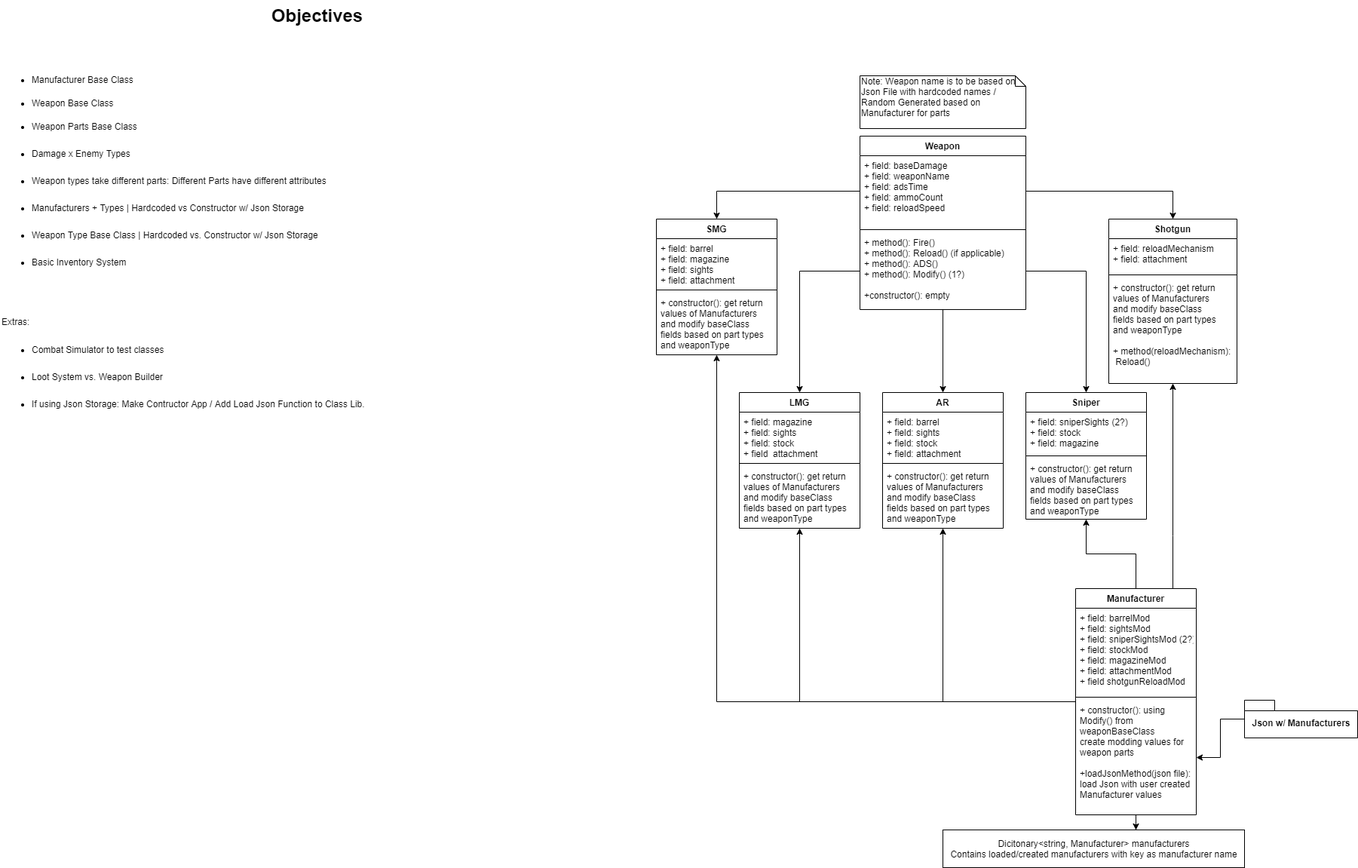
N3verm0re/TarefasIDJ keeps this draw.io diagram as M1_WeaponSystem/Scheme Sheet/IDJ_M1_Sheet.png. Above is the earlier version. Source tidied: cells renumbered, new cells last; positions are measured from the earlier drawing's top-left corner, leaving out a move shared by most shapes.
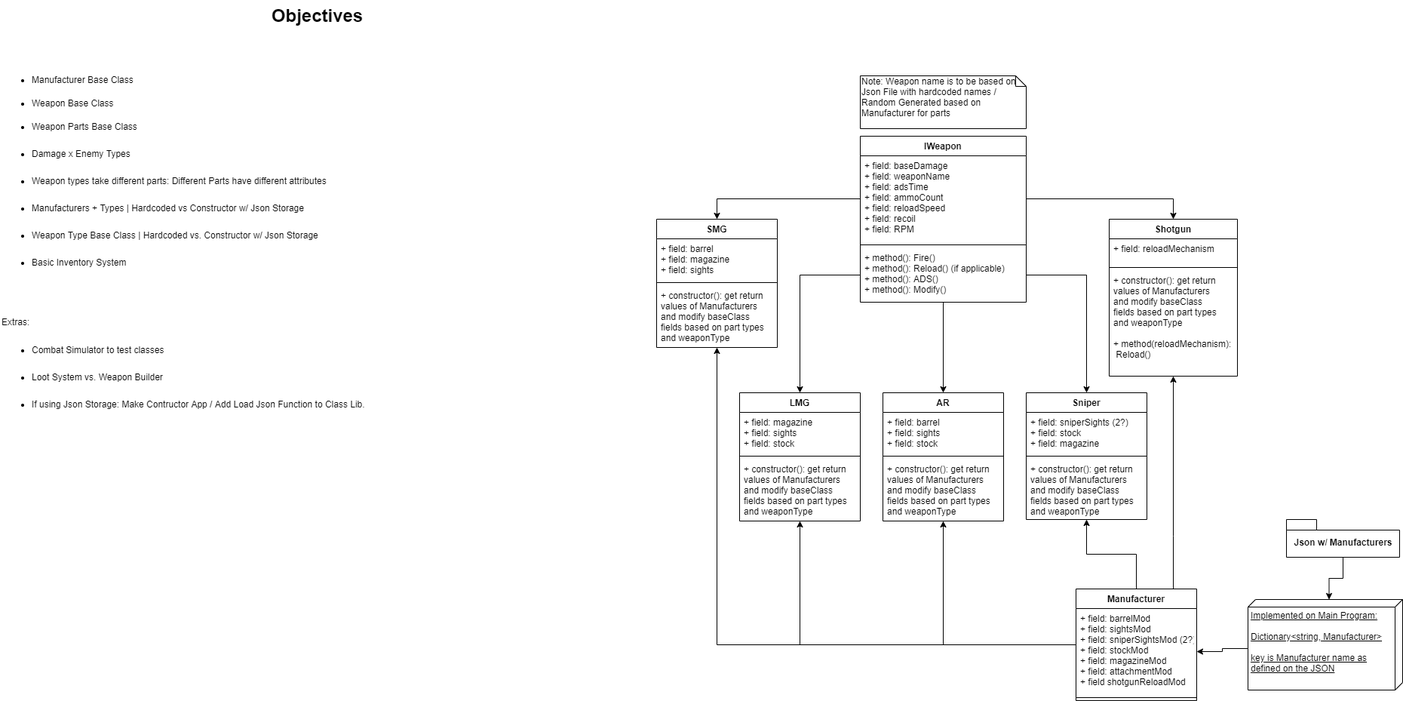
Above is the later version.

Diff of the diagram source:
```diff
@@ -23,29 +23,29 @@
     <mxCell id="8" style="edgeStyle=orthogonalEdgeStyle;rounded=0;jettySize=auto;html=1;exitX=1;exitY=0.5;exitDx=0;exitDy=0;entryX=0.5;entryY=0;entryDx=0;entryDy=0;" parent="1" edge="1" source="10" target="29">
       <mxGeometry relative="1" as="geometry" />
     </mxCell>
-    <mxCell id="9" value="Weapon" style="swimlane;fontStyle=1;align=center;verticalAlign=top;horizontal=1;startSize=26;" parent="1" vertex="1">
-      <mxGeometry x="1140" y="180" width="220" height="230" as="geometry" />
+    <mxCell id="9" value="IWeapon" style="swimlane;fontStyle=1;align=center;verticalAlign=top;horizontal=1;startSize=26;" parent="1" vertex="1">
+      <mxGeometry x="1140" y="180" width="220" height="220" as="geometry" />
     </mxCell>
-    <mxCell id="10" value="+ field: baseDamage&#10;+ field: weaponName&#10;+ field: adsTime&#10;+ field: ammoCount&#10;+ field: reloadSpeed" style="text;strokeColor=none;fillColor=none;align=left;verticalAlign=top;spacingLeft=4;spacingRight=4;overflow=hidden;points=[[0,0.5],[1,0.5]];portConstraint=eastwest;" parent="9" vertex="1">
-      <mxGeometry y="26" width="220" height="94" as="geometry" />
+    <mxCell id="10" value="+ field: baseDamage&#10;+ field: weaponName&#10;+ field: adsTime&#10;+ field: ammoCount&#10;+ field: reloadSpeed&#10;+ field: recoil&#10;+ field: RPM" style="text;strokeColor=none;fillColor=none;align=left;verticalAlign=top;spacingLeft=4;spacingRight=4;overflow=hidden;points=[[0,0.5],[1,0.5]];portConstraint=eastwest;" parent="9" vertex="1">
+      <mxGeometry y="26" width="220" height="114" as="geometry" />
     </mxCell>
     <mxCell id="11" style="line;strokeWidth=1;fillColor=none;align=left;verticalAlign=middle;spacingTop=-1;spacingLeft=3;spacingRight=3;labelPosition=right;" parent="9" vertex="1">
-      <mxGeometry y="120" width="220" height="8" as="geometry" />
+      <mxGeometry y="140" width="220" height="8" as="geometry" />
     </mxCell>
-    <mxCell id="12" value="+ method(): Fire()&#10;+ method(): Reload() (if applicable)&#10;+ method(): ADS()&#10;+ method(): Modify() (1?)&#10;&#10;+constructor(): empty" style="text;strokeColor=none;fillColor=none;align=left;verticalAlign=top;spacingLeft=4;spacingRight=4;overflow=hidden;points=[[0,0.5],[1,0.5]];portConstraint=eastwest;" parent="9" vertex="1">
-      <mxGeometry y="128" width="220" height="102" as="geometry" />
+    <mxCell id="12" value="+ method(): Fire()&#10;+ method(): Reload() (if applicable)&#10;+ method(): ADS()&#10;+ method(): Modify()" style="text;strokeColor=none;fillColor=none;align=left;verticalAlign=top;spacingLeft=4;spacingRight=4;overflow=hidden;points=[[0,0.5],[1,0.5]];portConstraint=eastwest;" parent="9" vertex="1">
+      <mxGeometry y="148" width="220" height="72" as="geometry" />
     </mxCell>
     <mxCell id="13" value="AR" style="swimlane;fontStyle=1;align=center;verticalAlign=top;horizontal=1;startSize=26;" parent="1" vertex="1">
-      <mxGeometry x="1170" y="520" width="160" height="180" as="geometry" />
+      <mxGeometry x="1170" y="520" width="160" height="170" as="geometry" />
     </mxCell>
-    <mxCell id="14" value="+ field: barrel&#10;+ field: sights&#10;+ field: stock&#10;+ field: attachment" style="text;strokeColor=none;fillColor=none;align=left;verticalAlign=top;spacingLeft=4;spacingRight=4;overflow=hidden;" parent="13" vertex="1">
-      <mxGeometry y="26" width="160" height="64" as="geometry" />
+    <mxCell id="14" value="+ field: barrel&#10;+ field: sights&#10;+ field: stock" style="text;strokeColor=none;fillColor=none;align=left;verticalAlign=top;spacingLeft=4;spacingRight=4;overflow=hidden;" parent="13" vertex="1">
+      <mxGeometry y="26" width="160" height="54" as="geometry" />
     </mxCell>
     <mxCell id="15" style="line;strokeWidth=1;fillColor=none;align=left;verticalAlign=middle;spacingTop=-1;spacingLeft=3;spacingRight=3;labelPosition=right;" parent="13" vertex="1">
-      <mxGeometry y="90" width="160" height="8" as="geometry" />
+      <mxGeometry y="80" width="160" height="8" as="geometry" />
     </mxCell>
     <mxCell id="16" value="+ constructor(): get return &#10;values of Manufacturers &#10;and modify baseClass &#10;fields based on part types&#10;and weaponType" style="text;strokeColor=none;fillColor=none;align=left;verticalAlign=top;spacingLeft=4;spacingRight=4;overflow=hidden;" parent="13" vertex="1">
-      <mxGeometry y="98" width="160" height="82" as="geometry" />
+      <mxGeometry y="88" width="160" height="82" as="geometry" />
     </mxCell>
     <mxCell id="17" value="Sniper" style="swimlane;fontStyle=1;align=center;verticalAlign=top;horizontal=1;startSize=26;" parent="1" vertex="1">
       <mxGeometry x="1360" y="520" width="160" height="168" as="geometry" />
@@ -60,44 +60,41 @@
       <mxGeometry y="88" width="160" height="80" as="geometry" />
     </mxCell>
     <mxCell id="21" value="LMG" style="swimlane;fontStyle=1;align=center;verticalAlign=top;horizontal=1;startSize=26;" parent="1" vertex="1">
-      <mxGeometry x="980" y="520" width="160" height="180" as="geometry" />
+      <mxGeometry x="980" y="520" width="160" height="170" as="geometry" />
     </mxCell>
-    <mxCell id="22" value="+ field: magazine&#10;+ field: sights&#10;+ field: stock&#10;+ field  attachment" style="text;strokeColor=none;fillColor=none;align=left;verticalAlign=top;spacingLeft=4;spacingRight=4;overflow=hidden;" parent="21" vertex="1">
-      <mxGeometry y="26" width="160" height="64" as="geometry" />
+    <mxCell id="22" value="+ field: magazine&#10;+ field: sights&#10;+ field: stock" style="text;strokeColor=none;fillColor=none;align=left;verticalAlign=top;spacingLeft=4;spacingRight=4;overflow=hidden;" parent="21" vertex="1">
+      <mxGeometry y="26" width="160" height="54" as="geometry" />
     </mxCell>
     <mxCell id="23" style="line;strokeWidth=1;fillColor=none;align=left;verticalAlign=middle;spacingTop=-1;spacingLeft=3;spacingRight=3;labelPosition=right;" parent="21" vertex="1">
-      <mxGeometry y="90" width="160" height="8" as="geometry" />
+      <mxGeometry y="80" width="160" height="8" as="geometry" />
     </mxCell>
     <mxCell id="24" value="+ constructor(): get return &#10;values of Manufacturers &#10;and modify baseClass &#10;fields based on part types&#10;and weaponType" style="text;strokeColor=none;fillColor=none;align=left;verticalAlign=top;spacingLeft=4;spacingRight=4;overflow=hidden;" parent="21" vertex="1">
-      <mxGeometry y="98" width="160" height="82" as="geometry" />
+      <mxGeometry y="88" width="160" height="82" as="geometry" />
     </mxCell>
     <mxCell id="25" value="SMG" style="swimlane;fontStyle=1;align=center;verticalAlign=top;horizontal=1;startSize=26;" parent="1" vertex="1">
-      <mxGeometry x="870" y="290" width="160" height="180" as="geometry" />
+      <mxGeometry x="870" y="290" width="160" height="170" as="geometry" />
     </mxCell>
-    <mxCell id="26" value="+ field: barrel&#10;+ field: magazine&#10;+ field: sights&#10;+ field: attachment" style="text;strokeColor=none;fillColor=none;align=left;verticalAlign=top;spacingLeft=4;spacingRight=4;overflow=hidden;" parent="25" vertex="1">
-      <mxGeometry y="26" width="160" height="64" as="geometry" />
+    <mxCell id="26" value="+ field: barrel&#10;+ field: magazine&#10;+ field: sights" style="text;strokeColor=none;fillColor=none;align=left;verticalAlign=top;spacingLeft=4;spacingRight=4;overflow=hidden;" parent="25" vertex="1">
+      <mxGeometry y="26" width="160" height="54" as="geometry" />
     </mxCell>
     <mxCell id="27" style="line;strokeWidth=1;fillColor=none;align=left;verticalAlign=middle;spacingTop=-1;spacingLeft=3;spacingRight=3;labelPosition=right;" parent="25" vertex="1">
-      <mxGeometry y="90" width="160" height="8" as="geometry" />
+      <mxGeometry y="80" width="160" height="8" as="geometry" />
     </mxCell>
     <mxCell id="28" value="+ constructor(): get return &#10;values of Manufacturers &#10;and modify baseClass &#10;fields based on part types&#10;and weaponType" style="text;strokeColor=none;fillColor=none;align=left;verticalAlign=top;spacingLeft=4;spacingRight=4;overflow=hidden;" parent="25" vertex="1">
-      <mxGeometry y="98" width="160" height="82" as="geometry" />
+      <mxGeometry y="88" width="160" height="82" as="geometry" />
     </mxCell>
     <mxCell id="29" value="Shotgun" style="swimlane;fontStyle=1;align=center;verticalAlign=top;horizontal=1;startSize=26;" parent="1" vertex="1">
-      <mxGeometry x="1470" y="290" width="170" height="218" as="geometry" />
+      <mxGeometry x="1470" y="290" width="170" height="208" as="geometry" />
     </mxCell>
-    <mxCell id="30" value="+ field: reloadMechanism&#10;+ field: attachment" style="text;strokeColor=none;fillColor=none;align=left;verticalAlign=top;spacingLeft=4;spacingRight=4;overflow=hidden;" parent="29" vertex="1">
-      <mxGeometry y="26" width="170" height="44" as="geometry" />
+    <mxCell id="30" value="+ field: reloadMechanism" style="text;strokeColor=none;fillColor=none;align=left;verticalAlign=top;spacingLeft=4;spacingRight=4;overflow=hidden;" parent="29" vertex="1">
+      <mxGeometry y="26" width="170" height="34" as="geometry" />
     </mxCell>
     <mxCell id="31" style="line;strokeWidth=1;fillColor=none;align=left;verticalAlign=middle;spacingTop=-1;spacingLeft=3;spacingRight=3;labelPosition=right;" parent="29" vertex="1">
-      <mxGeometry y="70" width="170" height="8" as="geometry" />
+      <mxGeometry y="60" width="170" height="8" as="geometry" />
     </mxCell>
     <mxCell id="32" value="+ constructor(): get return &#10;values of Manufacturers &#10;and modify baseClass &#10;fields based on part types&#10;and weaponType&#10;&#10;+ method(reloadMechanism):&#10; Reload()" style="text;strokeColor=none;fillColor=none;align=left;verticalAlign=top;spacingLeft=4;spacingRight=4;overflow=hidden;" parent="29" vertex="1">
-      <mxGeometry y="78" width="170" height="140" as="geometry" />
+      <mxGeometry y="68" width="170" height="140" as="geometry" />
     </mxCell>
-    <mxCell id="33" style="edgeStyle=orthogonalEdgeStyle;rounded=0;jettySize=auto;html=1;entryX=0.64;entryY=0;entryDx=0;entryDy=0;entryPerimeter=0;" parent="1" edge="1" source="39" target="44">
-      <mxGeometry relative="1" as="geometry" />
-    </mxCell>
     <mxCell id="34" style="edgeStyle=orthogonalEdgeStyle;rounded=0;jettySize=auto;html=1;entryX=0.5;entryY=1;entryDx=0;entryDy=0;" parent="1" edge="1" source="39" target="25">
       <mxGeometry relative="1" as="geometry" />
     </mxCell>
@@ -119,7 +116,7 @@
       </mxGeometry>
     </mxCell>
     <mxCell id="39" value="Manufacturer" style="swimlane;fontStyle=1;align=center;verticalAlign=top;horizontal=1;startSize=26;" parent="1" vertex="1">
-      <mxGeometry x="1426" y="780" width="160" height="300" as="geometry" />
+      <mxGeometry x="1426" y="780" width="160" height="148" as="geometry" />
     </mxCell>
     <mxCell id="40" value="+ field: barrelMod&#10;+ field: sightsMod&#10;+ field: sniperSightsMod (2?)&#10;+ field: stockMod&#10;+ field: magazineMod&#10;+ field: attachmentMod&#10;+ field shotgunReloadMod" style="text;strokeColor=none;fillColor=none;align=left;verticalAlign=top;spacingLeft=4;spacingRight=4;overflow=hidden;points=[[0,0.5],[1,0.5]];portConstraint=eastwest;" parent="39" vertex="1">
       <mxGeometry y="26" width="160" height="114" as="geometry" />
@@ -127,20 +124,20 @@
     <mxCell id="41" style="line;strokeWidth=1;fillColor=none;align=left;verticalAlign=middle;spacingTop=-1;spacingLeft=3;spacingRight=3;labelPosition=right;" parent="39" vertex="1">
       <mxGeometry y="140" width="160" height="8" as="geometry" />
     </mxCell>
-    <mxCell id="42" value="+ constructor(): using &#10;Modify() from &#10;weaponBaseClass&#10;create modding values for&#10;weapon parts&#10;&#10;+loadJsonMethod(json file):&#10;load Json with user created&#10;Manufacturer values" style="text;strokeColor=none;fillColor=none;align=left;verticalAlign=top;spacingLeft=4;spacingRight=4;overflow=hidden;points=[[0,0.5],[1,0.5]];portConstraint=eastwest;" parent="39" vertex="1">
-      <mxGeometry y="148" width="160" height="152" as="geometry" />
-    </mxCell>
     <mxCell id="43" value="&lt;span style=&quot;text-align: center&quot;&gt;Note: Weapon name is to be based on Json File with hardcoded names / Random Generated based on Manufacturer for parts&lt;/span&gt;" style="shape=note;whiteSpace=wrap;html=1;size=14;verticalAlign=top;align=left;spacingTop=-6;" parent="1" vertex="1">
       <mxGeometry x="1140" y="100" width="220" height="70" as="geometry" />
     </mxCell>
-    <mxCell id="44" value="Dicitonary&amp;lt;string, Manufacturer&amp;gt; manufacturers&lt;br&gt;Contains loaded/created manufacturers with key as manufacturer name" style="html=1;" parent="1" vertex="1">
-      <mxGeometry x="1250" y="1100" width="400" height="50" as="geometry" />
-    </mxCell>
-    <mxCell id="45" style="edgeStyle=orthogonalEdgeStyle;rounded=0;jettySize=auto;html=1;entryX=1;entryY=0.5;entryDx=0;entryDy=0;" parent="1" edge="1" source="46" target="42">
-      <mxGeometry relative="1" as="geometry" />
-    </mxCell>
+    <mxCell id="47" style="edgeStyle=orthogonalEdgeStyle;rounded=0;jettySize=auto;html=1;exitX=0.5;exitY=1;exitDx=0;exitDy=0;exitPerimeter=0;entryX=0;entryY=0;entryDx=0;entryDy=97.5;entryPerimeter=0;" parent="1" edge="1" source="46" target="49">
+      <mxGeometry relative="1" as="geometry" />
+    </mxCell>
     <mxCell id="46" value="Json w/ Manufacturers" style="shape=folder;fontStyle=1;spacingTop=10;tabWidth=40;tabHeight=14;tabPosition=left;html=1;" parent="1" vertex="1">
-      <mxGeometry x="1650" y="928" width="150" height="50" as="geometry" />
+      <mxGeometry x="1705" y="688" width="150" height="50" as="geometry" />
     </mxCell>
+    <mxCell id="48" style="edgeStyle=orthogonalEdgeStyle;rounded=0;jettySize=auto;html=1;exitX=0;exitY=0;exitDx=65;exitDy=205;exitPerimeter=0;entryX=1;entryY=0.5;entryDx=0;entryDy=0;" parent="1" edge="1" source="49" target="40">
+      <mxGeometry relative="1" as="geometry" />
+    </mxCell>
+    <mxCell id="49" value="Implemented on Main Program:&lt;br&gt;&lt;br&gt;Dictionary&amp;lt;string, Manufacturer&amp;gt;&lt;br&gt;&lt;br&gt;key is Manufacturer name as&lt;br&gt;defined on the JSON" style="verticalAlign=top;align=left;spacingTop=8;spacingLeft=2;spacingRight=12;shape=cube;size=10;direction=south;fontStyle=4;html=1;" parent="1" vertex="1">
+      <mxGeometry x="1654" y="794" width="205" height="120" as="geometry" />
+    </mxCell>
   </root>
 </mxGraphModel>
```
